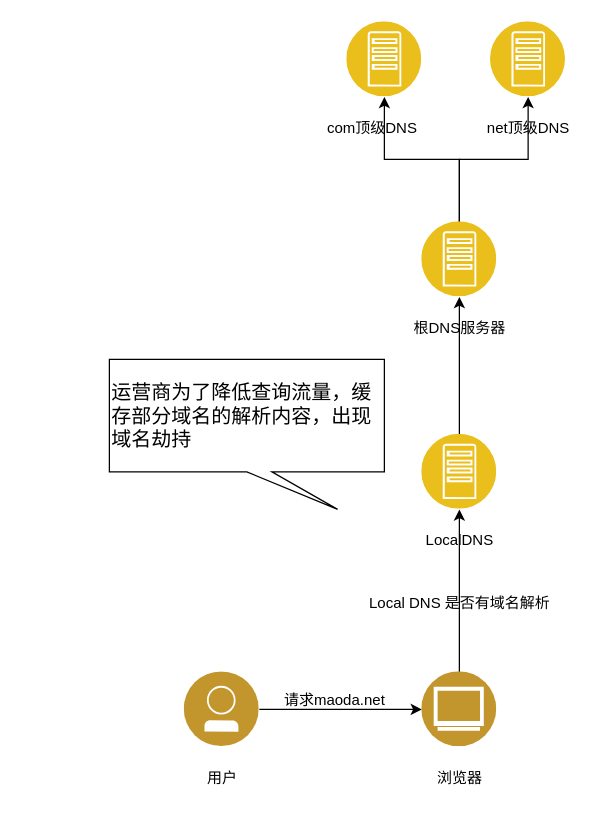
Earlier version of the draw.io diagram HTTP请求响应的全链路.drawio (ChengziMao/helloword). Source tidied: cells renumbered, new cells numbered last; positions are measured from the earlier drawing's top-left corner, leaving out a move shared by most shapes. Both pictures are drawn from the tidied source at 125%, with x=0, y=0 at pixel (109, 21).
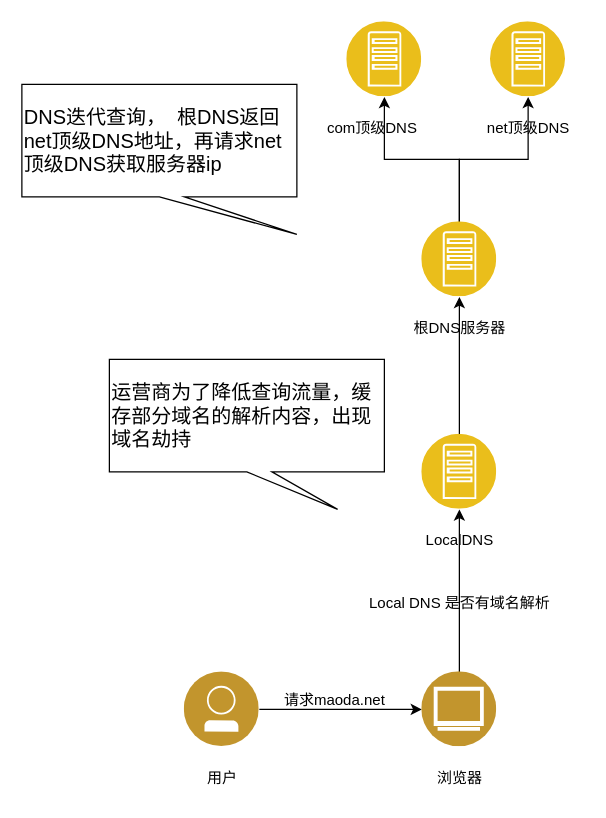
The same diagram, later.

Commit message (it also covers changes not shown here):
更新HTTP请求响应的全链路.drawio

The edit, as a diff of the source:
```diff
@@
+    <mxCell id="22" value="DNS迭代查询，&amp;nbsp; 根DNS返回net顶级DNS地址，再请求net顶级DNS获取服务器ip" style="shape=callout;whiteSpace=wrap;html=1;perimeter=calloutPerimeter;direction=east;position2=1;align=left;fontSize=16;" parent="1" vertex="1">
+      <mxGeometry x="-70" y="50" width="220" height="120" as="geometry" />
+    </mxCell>
```
